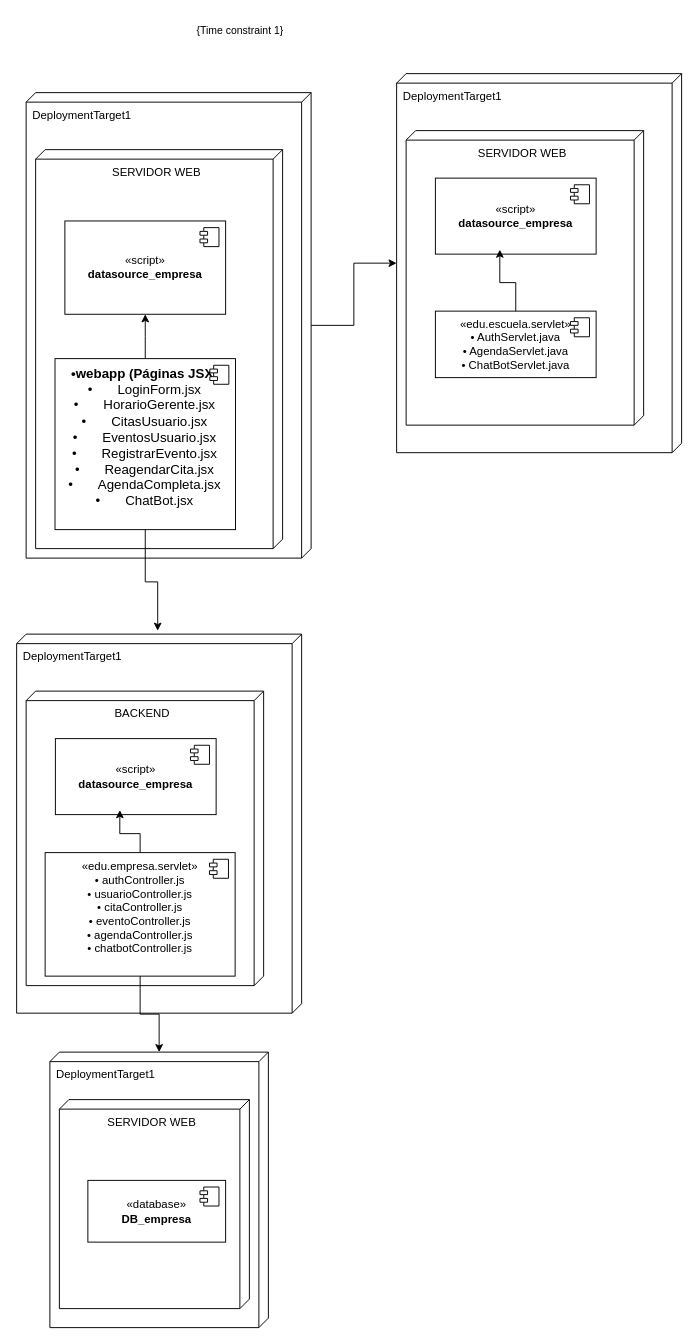
Above: DIAGRAMA_DESPLIEGUE.drawio in RogerNegrete/sistemas-distribuidos (draw.io), before the change. Source tidied: cells renumbered, new cells numbered last; positions are measured from the earlier drawing's top-left corner, leaving out a move shared by most shapes. Both pictures are drawn from the tidied source at 95%, with x=0, y=0 at pixel (16, 16).
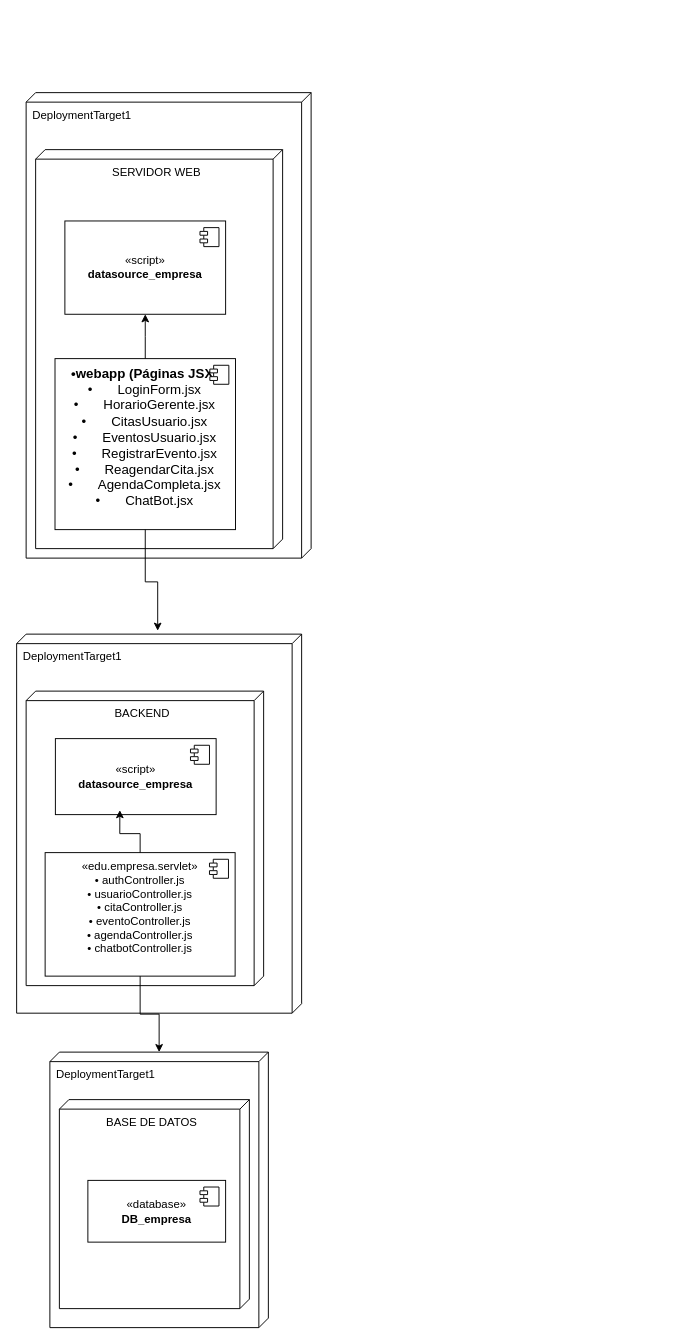
The same page after the edit.

Unchanged cells that the change refers to:
```xml
<mxCell id="2" value="DeploymentTarget1" style="verticalAlign=top;align=left;shape=cube;size=10;direction=south;fontStyle=0;html=1;boundedLbl=1;spacingLeft=5;whiteSpace=wrap;" parent="1" vertex="1">
  <mxGeometry x="35" y="1090" width="230" height="290" as="geometry" />
</mxCell>
<mxCell id="7" value="DeploymentTarget1" style="verticalAlign=top;align=left;shape=cube;size=10;direction=south;fontStyle=0;html=1;boundedLbl=1;spacingLeft=5;whiteSpace=wrap;" parent="1" vertex="1">
  <mxGeometry x="10" y="80" width="300" height="490" as="geometry" />
</mxCell>
```

The edit, as a diff of the source:
```diff
@@
-    <mxCell id="3" value="SERVIDOR WEB" style="verticalAlign=top;align=center;shape=cube;size=10;direction=south;html=1;boundedLbl=1;spacingLeft=5;whiteSpace=wrap;" parent="2" vertex="1">
+    <mxCell id="3" value="BASE DE DATOS" style="verticalAlign=top;align=center;shape=cube;size=10;direction=south;html=1;boundedLbl=1;spacingLeft=5;whiteSpace=wrap;" parent="2" vertex="1">
       <mxGeometry width="200" height="220" relative="1" as="geometry">
         <mxPoint x="10" y="50" as="offset" />
       </mxGeometry>
     </mxCell>
@@
-    <mxCell id="6" style="edgeStyle=orthogonalEdgeStyle;rounded=0;jettySize=auto;html=1;" parent="1" edge="1" source="7" target="14">
-      <mxGeometry relative="1" as="geometry" />
-    </mxCell>
@@
-    <mxCell id="14" value="DeploymentTarget1" style="verticalAlign=top;align=left;shape=cube;size=10;direction=south;fontStyle=0;html=1;boundedLbl=1;spacingLeft=5;whiteSpace=wrap;" parent="1" vertex="1">
-      <mxGeometry x="400" y="60" width="300" height="399" as="geometry" />
-    </mxCell>
-    <mxCell id="15" value="SERVIDOR WEB" style="verticalAlign=top;align=center;shape=cube;size=10;direction=south;html=1;boundedLbl=1;spacingLeft=5;whiteSpace=wrap;" parent="14" vertex="1">
-      <mxGeometry width="250" height="310" relative="1" as="geometry">
-        <mxPoint x="10" y="60" as="offset" />
-      </mxGeometry>
-    </mxCell>
-    <mxCell id="16" value="«script»&lt;br&gt;&lt;b&gt;datasource_empresa&lt;/b&gt;" style="html=1;whiteSpace=wrap;" parent="14" vertex="1">
-      <mxGeometry x="40.8" y="110" width="169.2" height="80" as="geometry" />
-    </mxCell>
-    <mxCell id="17" style="shape=module;jettyWidth=8;jettyHeight=4;" parent="16" vertex="1">
-      <mxGeometry x="1" width="20" height="20" relative="1" as="geometry">
-        <mxPoint x="-27" y="7" as="offset" />
-      </mxGeometry>
-    </mxCell>
-    <mxCell id="18" value="«edu.escuela.servlet»&lt;br&gt;• AuthServlet.java&lt;br style=&quot;padding: 0px; margin: 0px;&quot;&gt;• AgendaServlet.java&lt;br style=&quot;padding: 0px; margin: 0px;&quot;&gt;• ChatBotServlet.java" style="html=1;whiteSpace=wrap;" parent="14" vertex="1">
-      <mxGeometry x="40.8" y="250" width="169.2" height="70" as="geometry" />
-    </mxCell>
-    <mxCell id="19" style="shape=module;jettyWidth=8;jettyHeight=4;" parent="18" vertex="1">
-      <mxGeometry x="1" width="20" height="20" relative="1" as="geometry">
-        <mxPoint x="-27" y="7" as="offset" />
-      </mxGeometry>
-    </mxCell>
-    <mxCell id="20" style="edgeStyle=orthogonalEdgeStyle;rounded=0;jettySize=auto;html=1;exitX=0.5;exitY=0;exitDx=0;exitDy=0;entryX=0.401;entryY=0.941;entryDx=0;entryDy=0;entryPerimeter=0;" parent="14" edge="1" source="18" target="16">
-      <mxGeometry relative="1" as="geometry" />
-    </mxCell>
-    <mxCell id="21" value="&lt;span style=&quot;font-size: 11px; background-color: rgb(255, 255, 255);&quot;&gt;{Time constraint 1}&lt;/span&gt;" style="text;html=1;align=center;verticalAlign=middle;strokeColor=none;fillColor=none;" parent="1" vertex="1">
-      <mxGeometry x="180" width="110" height="30" as="geometry" />
-    </mxCell>
```
